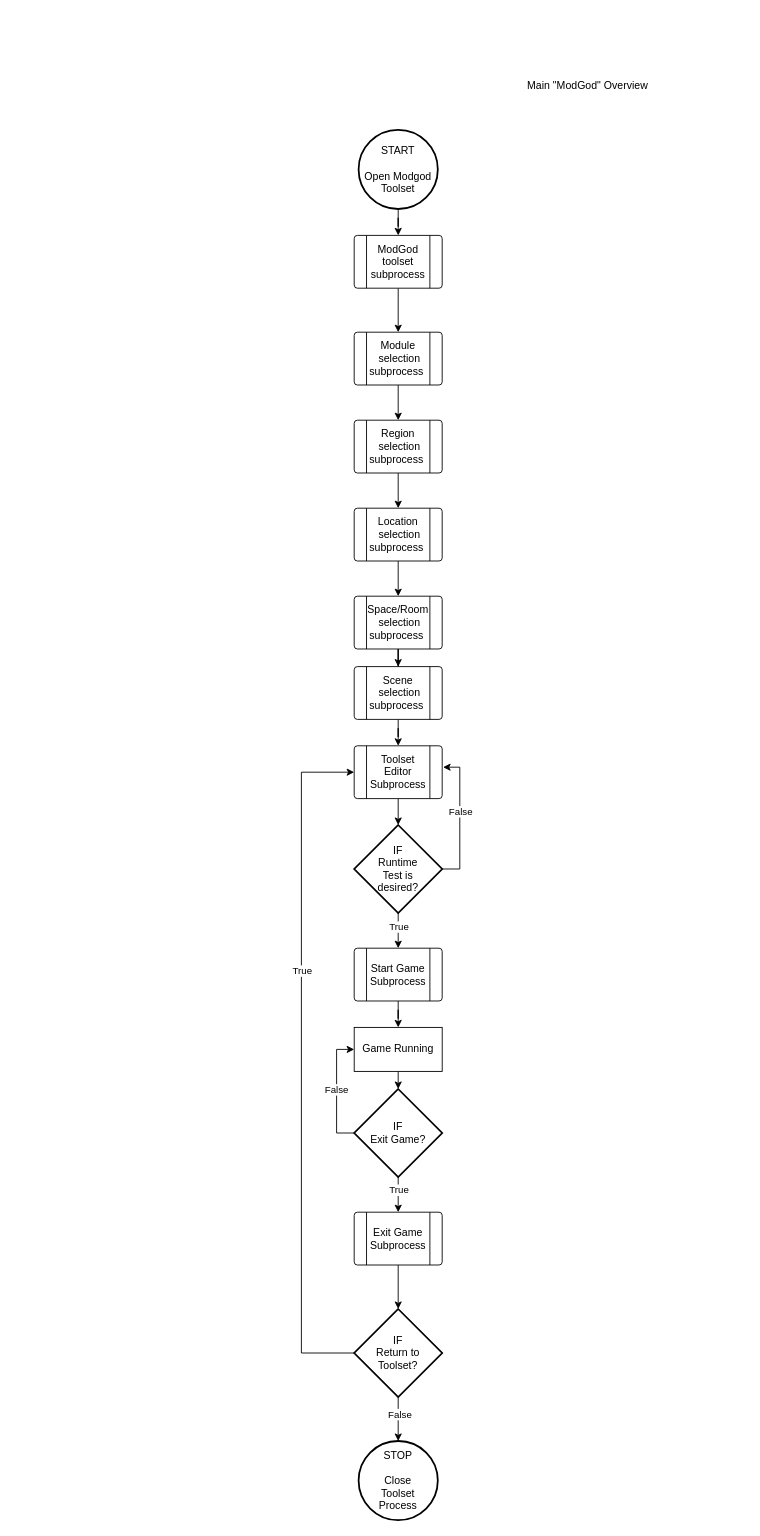
The draw.io diagram Phase2/Flowcharts/modgodToolset/ModGod/MainModGodOverview.drawio in RPG-Research/bcirpg, before the edit. Source tidied: cells renumbered, new cells numbered last; positions are measured from the earlier drawing's top-left corner, leaving out a move shared by most shapes. Both pictures are drawn from the tidied source at 88%, with x=0, y=0 at pixel (301, 72).
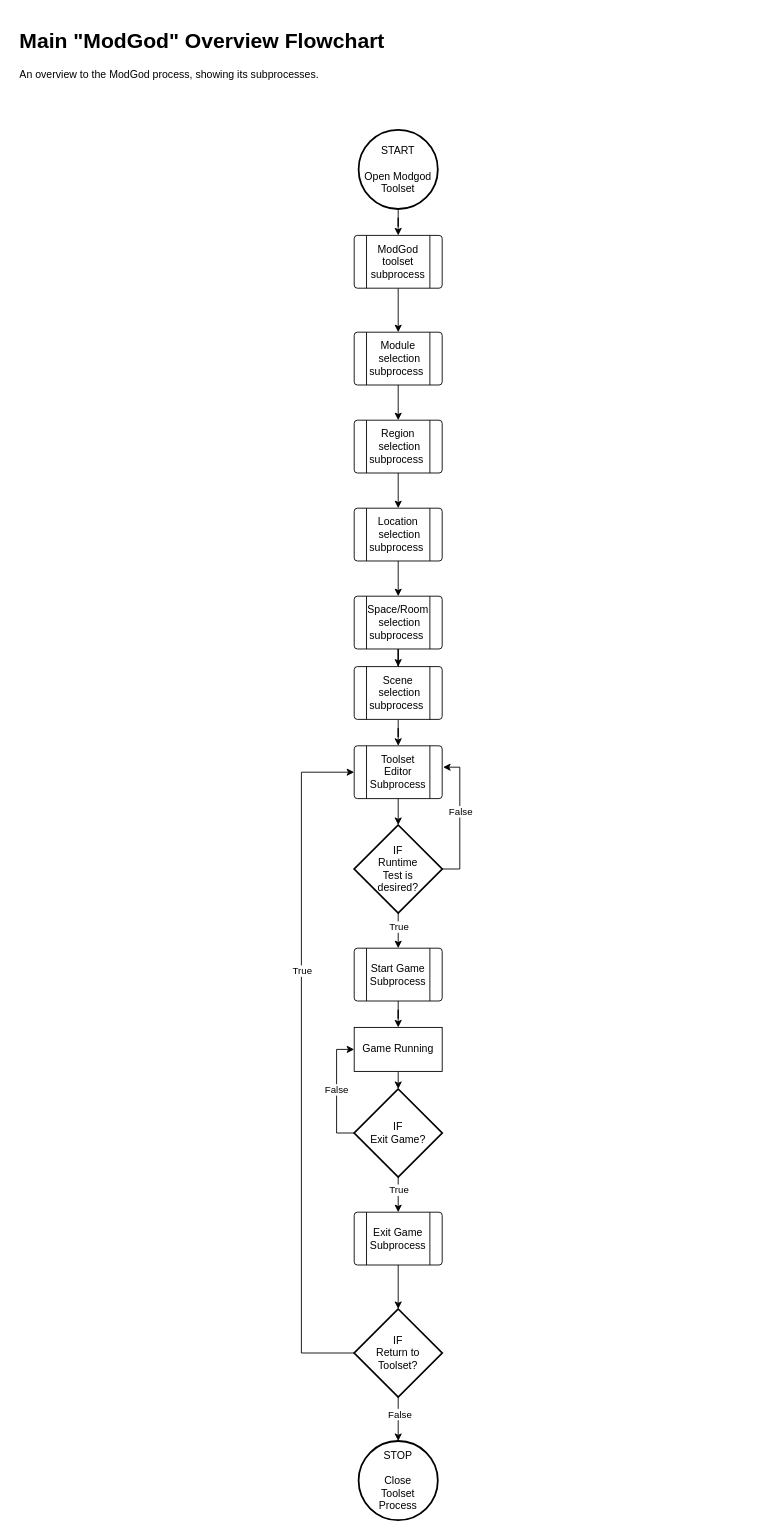
Above is the later version.

What changed in the source:
```diff
@@
-    <mxCell id="18" value="Main &quot;ModGod&quot; Overview" style="text;html=1;align=center;verticalAlign=middle;strokeColor=none;fillColor=none;" parent="1" vertex="1">
-      <mxGeometry x="245" width="160" height="30" as="geometry" />
-    </mxCell>
@@
+    <mxCell id="41" value="&lt;h1&gt;Main &quot;ModGod&quot; Overview Flowchart&lt;/h1&gt;&lt;p&gt;An overview to the ModGod process, showing its subprocesses.&lt;/p&gt;" style="text;html=1;strokeColor=none;fillColor=none;spacing=5;spacingTop=-20;whiteSpace=wrap;overflow=hidden;rounded=0;" parent="1" vertex="1">
+      <mxGeometry x="-325" y="-55" width="830" height="120" as="geometry" />
+    </mxCell>
```
